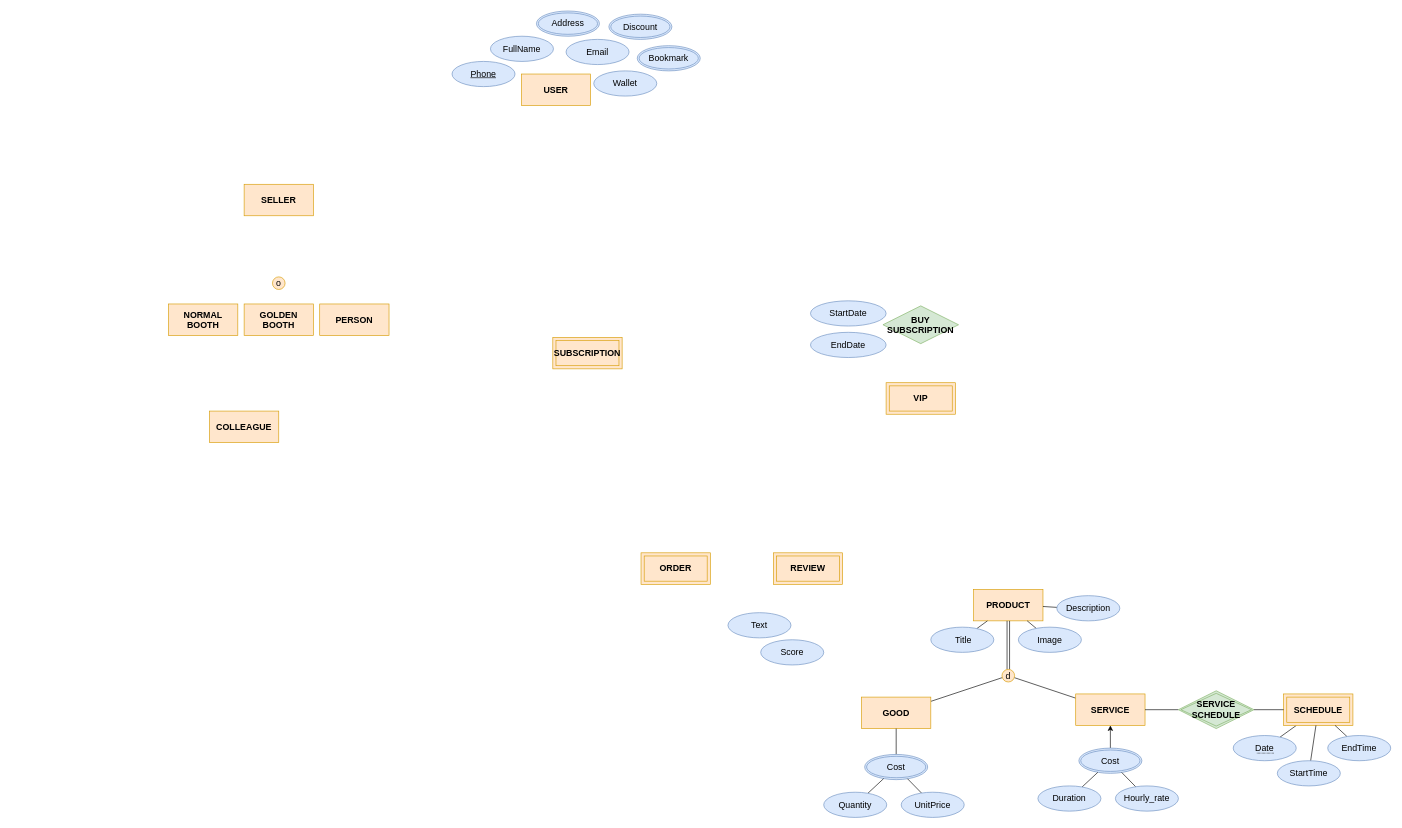
ReyhunSKhosravi/DivarBasu keeps this draw.io diagram as DivarBasuEER.drawio. Above is the earlier version. Source tidied: cells renumbered, new cells numbered last; positions are measured from the earlier drawing's top-left corner, leaving out a move shared by most shapes. Both pictures are drawn from the tidied source at 63%, with x=0, y=0 at pixel (168, 11).
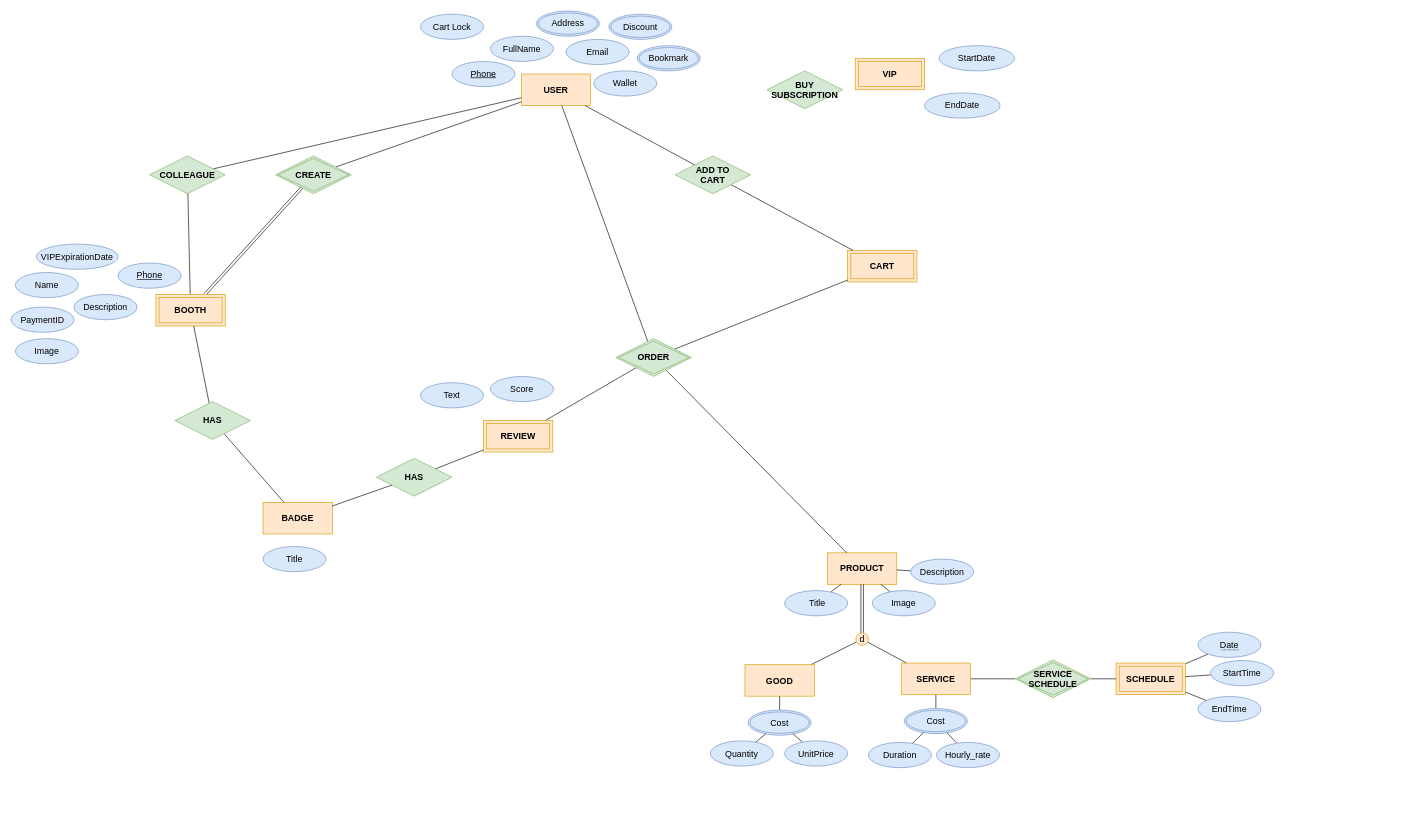
The same diagram, later.

Commit message:
add CART entity and ORDER relation to EER

The change refers to these unchanged cells:
```xml
<mxCell id="16" value="USER" style="whiteSpace=wrap;html=1;align=center;strokeColor=#d79b00;verticalAlign=middle;fontFamily=Helvetica;fontSize=14;fontColor=default;fillColor=#ffe6cc;fontStyle=1;" parent="1" vertex="1">
  <mxGeometry x="560" y="100" width="110" height="50" as="geometry" />
</mxCell>
```

Change to the diagram source:
```diff
@@
-    <mxCell id="2" value="SELLER" style="whiteSpace=wrap;html=1;align=center;strokeColor=#d79b00;verticalAlign=middle;fontFamily=Helvetica;fontSize=14;fontColor=default;fillColor=#ffe6cc;fontStyle=1;" parent="1" vertex="1">
-      <mxGeometry x="120" y="275" width="110" height="50" as="geometry" />
-    </mxCell>
-    <mxCell id="3" value="&lt;font style=&quot;font-size: 14px;&quot;&gt;o&lt;/font&gt;" style="ellipse;whiteSpace=wrap;html=1;fillColor=#ffe6cc;strokeColor=#d79b00;" parent="1" vertex="1">
-      <mxGeometry x="165" y="422" width="20" height="20" as="geometry" />
-    </mxCell>
-    <mxCell id="4" value="NORMAL&lt;br&gt;BOOTH" style="whiteSpace=wrap;html=1;align=center;strokeColor=#d79b00;verticalAlign=middle;fontFamily=Helvetica;fontSize=14;fontColor=default;fillColor=#ffe6cc;fontStyle=1;" parent="1" vertex="1">
-      <mxGeometry y="465" width="110" height="50" as="geometry" />
-    </mxCell>
-    <mxCell id="5" value="GOLDEN&lt;br&gt;BOOTH" style="whiteSpace=wrap;html=1;align=center;strokeColor=#d79b00;verticalAlign=middle;fontFamily=Helvetica;fontSize=14;fontColor=default;fillColor=#ffe6cc;fontStyle=1;" parent="1" vertex="1">
-      <mxGeometry x="120" y="465" width="110" height="50" as="geometry" />
-    </mxCell>
-    <mxCell id="6" value="PERSON" style="whiteSpace=wrap;html=1;align=center;strokeColor=#d79b00;verticalAlign=middle;fontFamily=Helvetica;fontSize=14;fontColor=default;fillColor=#ffe6cc;fontStyle=1;" parent="1" vertex="1">
-      <mxGeometry x="240" y="465" width="110" height="50" as="geometry" />
-    </mxCell>
-    <mxCell id="7" value="COLLEAGUE" style="whiteSpace=wrap;html=1;align=center;strokeColor=#d79b00;verticalAlign=middle;fontFamily=Helvetica;fontSize=14;fontColor=default;fillColor=#ffe6cc;fontStyle=1;" parent="1" vertex="1">
-      <mxGeometry x="65" y="635" width="110" height="50" as="geometry" />
-    </mxCell>
+    <mxCell id="60" style="rounded=0;jettySize=auto;html=1;endArrow=none;endFill=0;" parent="1" edge="1" source="8" target="59">
+      <mxGeometry relative="1" as="geometry" />
+    </mxCell>
     <mxCell id="8" value="&lt;font style=&quot;font-size: 14px;&quot;&gt;&lt;b&gt;REVIEW&lt;/b&gt;&lt;/font&gt;" style="shape=ext;margin=3;double=1;whiteSpace=wrap;html=1;align=center;fillColor=#ffe6cc;strokeColor=#d79b00;" parent="1" vertex="1">
-      <mxGeometry x="960" y="860" width="110" height="50" as="geometry" />
+      <mxGeometry x="500" y="650" width="110" height="50" as="geometry" />
     </mxCell>
     <mxCell id="9" value="PRODUCT" style="whiteSpace=wrap;html=1;align=center;strokeColor=#d79b00;verticalAlign=middle;fontFamily=Helvetica;fontSize=14;fontColor=default;fillColor=#ffe6cc;fontStyle=1;" parent="1" vertex="1">
-      <mxGeometry x="1278" y="918" width="110" height="50" as="geometry" />
+      <mxGeometry x="1046" y="860" width="110" height="50" as="geometry" />
     </mxCell>
@@
     <mxCell id="13" value="&lt;span style=&quot;font-size: 14px;&quot;&gt;d&lt;/span&gt;" style="ellipse;whiteSpace=wrap;html=1;fillColor=#ffe6cc;strokeColor=#d79b00;" parent="1" vertex="1">
-      <mxGeometry x="1323" y="1045" width="20" height="20" as="geometry" />
+      <mxGeometry x="1091" y="987" width="20" height="20" as="geometry" />
     </mxCell>
+    <mxCell id="61" style="rounded=0;jettySize=auto;html=1;endArrow=none;endFill=0;" parent="1" edge="1" source="14" target="53">
+      <mxGeometry relative="1" as="geometry" />
+    </mxCell>
     <mxCell id="14" value="SERVICE" style="whiteSpace=wrap;html=1;align=center;strokeColor=#d79b00;verticalAlign=middle;fontFamily=Helvetica;fontSize=14;fontColor=default;fillColor=#ffe6cc;fontStyle=1;" parent="1" vertex="1">
-      <mxGeometry x="1440" y="1084" width="110" height="50" as="geometry" />
+      <mxGeometry x="1163" y="1035" width="110" height="50" as="geometry" />
     </mxCell>
     <mxCell id="15" value="GOOD" style="whiteSpace=wrap;html=1;align=center;strokeColor=#d79b00;verticalAlign=middle;fontFamily=Helvetica;fontSize=14;fontColor=default;fillColor=#ffe6cc;fontStyle=1;" parent="1" vertex="1">
-      <mxGeometry x="1100" y="1089" width="110" height="50" as="geometry" />
+      <mxGeometry x="915" y="1037.5" width="110" height="50" as="geometry" />
     </mxCell>
@@
-    <mxCell id="17" value="&lt;font style=&quot;font-size: 14px;&quot;&gt;&lt;b&gt;SUBSCRIPTION&lt;/b&gt;&lt;/font&gt;" style="shape=ext;margin=3;double=1;whiteSpace=wrap;html=1;align=center;fillColor=#ffe6cc;strokeColor=#d79b00;" parent="1" vertex="1">
-      <mxGeometry x="610" y="518" width="110" height="50" as="geometry" />
+    <mxCell id="17" value="&lt;font style=&quot;font-size: 14px;&quot;&gt;&lt;b&gt;CART&lt;/b&gt;&lt;/font&gt;" style="shape=ext;margin=3;double=1;whiteSpace=wrap;html=1;align=center;fillColor=#ffe6cc;strokeColor=#d79b00;" parent="1" vertex="1">
+      <mxGeometry x="1078" y="380" width="110" height="50" as="geometry" />
     </mxCell>
@@
     <mxCell id="24" value="StartDate" style="ellipse;whiteSpace=wrap;html=1;align=center;fillColor=#dae8fc;strokeColor=#6c8ebf;fontSize=14;" parent="1" vertex="1">
-      <mxGeometry x="1019" y="460" width="120" height="40" as="geometry" />
+      <mxGeometry x="1223" y="55" width="120" height="40" as="geometry" />
     </mxCell>
     <mxCell id="25" value="Score" style="ellipse;whiteSpace=wrap;html=1;align=center;fillColor=#dae8fc;strokeColor=#6c8ebf;fontSize=14;" parent="1" vertex="1">
-      <mxGeometry x="940" y="998" width="100" height="40" as="geometry" />
+      <mxGeometry x="511" y="580" width="100" height="40" as="geometry" />
     </mxCell>
     <mxCell id="26" value="Text" style="ellipse;whiteSpace=wrap;html=1;align=center;fillColor=#dae8fc;strokeColor=#6c8ebf;fontSize=14;" parent="1" vertex="1">
-      <mxGeometry x="888" y="955" width="100" height="40" as="geometry" />
+      <mxGeometry x="400" y="590" width="100" height="40" as="geometry" />
     </mxCell>
@@
     <mxCell id="28" value="&amp;nbsp;Title" style="ellipse;whiteSpace=wrap;html=1;align=center;fillColor=#dae8fc;strokeColor=#6c8ebf;fontSize=14;" parent="1" vertex="1">
-      <mxGeometry x="1210" y="978" width="100" height="40" as="geometry" />
+      <mxGeometry x="978" y="920" width="100" height="40" as="geometry" />
     </mxCell>
@@
     <mxCell id="30" value="Description" style="ellipse;whiteSpace=wrap;html=1;align=center;fillColor=#dae8fc;strokeColor=#6c8ebf;fontSize=14;" parent="1" vertex="1">
-      <mxGeometry x="1410" y="928" width="100" height="40" as="geometry" />
+      <mxGeometry x="1178" y="870" width="100" height="40" as="geometry" />
     </mxCell>
@@
     <mxCell id="32" value="Image" style="ellipse;whiteSpace=wrap;html=1;align=center;fillColor=#dae8fc;strokeColor=#6c8ebf;fontSize=14;" parent="1" vertex="1">
-      <mxGeometry x="1349" y="978" width="100" height="40" as="geometry" />
+      <mxGeometry x="1117" y="920" width="100" height="40" as="geometry" />
     </mxCell>
@@
     <mxCell id="34" value="&lt;div style=&quot;font-size: 14px; font-weight: 700;&quot;&gt;SCHEDULE&lt;/div&gt;" style="shape=ext;margin=3;double=1;whiteSpace=wrap;html=1;align=center;fillColor=#ffe6cc;strokeColor=#d79b00;" parent="1" vertex="1">
-      <mxGeometry x="1770" y="1084" width="110" height="50" as="geometry" />
+      <mxGeometry x="1504" y="1035" width="110" height="50" as="geometry" />
     </mxCell>
@@
     <mxCell id="36" value="Cost" style="ellipse;shape=doubleEllipse;margin=3;whiteSpace=wrap;html=1;align=center;fillColor=#dae8fc;strokeColor=#6c8ebf;fontSize=14;" parent="1" vertex="1">
-      <mxGeometry x="1105" y="1180" width="100" height="40" as="geometry" />
+      <mxGeometry x="920" y="1109.5" width="100" height="40" as="geometry" />
     </mxCell>
     <mxCell id="37" value="&lt;span style=&quot;font-size: 14px;&quot;&gt;&lt;b&gt;BUY&lt;/b&gt;&lt;/span&gt;&lt;div&gt;&lt;span style=&quot;font-size: 14px;&quot;&gt;&lt;b&gt;SUBSCRIPTION&lt;/b&gt;&lt;/span&gt;&lt;/div&gt;" style="shape=rhombus;perimeter=rhombusPerimeter;whiteSpace=wrap;html=1;align=center;fillColor=#d5e8d4;strokeColor=#82b366;" parent="1" vertex="1">
-      <mxGeometry x="1134" y="468" width="120" height="60" as="geometry" />
+      <mxGeometry x="950" y="95" width="120" height="60" as="geometry" />
     </mxCell>
@@
     <mxCell id="39" value="&lt;span style=&quot;font-size: 14px;&quot;&gt;&lt;b&gt;VIP&lt;/b&gt;&lt;/span&gt;" style="shape=ext;margin=3;double=1;whiteSpace=wrap;html=1;align=center;fillColor=#ffe6cc;strokeColor=#d79b00;" parent="1" vertex="1">
-      <mxGeometry x="1139" y="590" width="110" height="50" as="geometry" />
+      <mxGeometry x="1090" y="75" width="110" height="50" as="geometry" />
     </mxCell>
     <mxCell id="40" value="EndDate" style="ellipse;whiteSpace=wrap;html=1;align=center;fillColor=#dae8fc;strokeColor=#6c8ebf;fontSize=14;" parent="1" vertex="1">
-      <mxGeometry x="1019" y="510" width="120" height="40" as="geometry" />
+      <mxGeometry x="1200" y="130" width="120" height="40" as="geometry" />
     </mxCell>
@@
     <mxCell id="42" value="Quantity" style="ellipse;whiteSpace=wrap;html=1;align=center;fillColor=#dae8fc;strokeColor=#6c8ebf;fontSize=14;" parent="1" vertex="1">
-      <mxGeometry x="1040" y="1240" width="100" height="40" as="geometry" />
+      <mxGeometry x="860" y="1158.5" width="100" height="40" as="geometry" />
     </mxCell>
@@
     <mxCell id="44" value="UnitPrice" style="ellipse;whiteSpace=wrap;html=1;align=center;fillColor=#dae8fc;strokeColor=#6c8ebf;fontSize=14;" parent="1" vertex="1">
-      <mxGeometry x="1163" y="1240" width="100" height="40" as="geometry" />
+      <mxGeometry x="978" y="1158.5" width="100" height="40" as="geometry" />
     </mxCell>
-    <mxCell id="45" style="rounded=0;jettySize=auto;html=1;" parent="1" edge="1" source="46" target="14">
+    <mxCell id="45" style="rounded=0;jettySize=auto;html=1;endArrow=none;endFill=0;" parent="1" edge="1" source="46" target="14">
       <mxGeometry relative="1" as="geometry" />
     </mxCell>
     <mxCell id="46" value="Cost" style="ellipse;shape=doubleEllipse;margin=3;whiteSpace=wrap;html=1;align=center;fillColor=#dae8fc;strokeColor=#6c8ebf;fontSize=14;" parent="1" vertex="1">
-      <mxGeometry x="1445" y="1170" width="100" height="40" as="geometry" />
+      <mxGeometry x="1168" y="1107" width="100" height="40" as="geometry" />
     </mxCell>
@@
     <mxCell id="48" value="Duration" style="ellipse;whiteSpace=wrap;html=1;align=center;fillColor=#dae8fc;strokeColor=#6c8ebf;fontSize=14;" parent="1" vertex="1">
-      <mxGeometry x="1380" y="1230" width="100" height="40" as="geometry" />
+      <mxGeometry x="1111" y="1161" width="100" height="40" as="geometry" />
     </mxCell>
@@
     <mxCell id="50" value="Hourly_rate" style="ellipse;whiteSpace=wrap;html=1;align=center;fillColor=#dae8fc;strokeColor=#6c8ebf;fontSize=14;" parent="1" vertex="1">
-      <mxGeometry x="1503" y="1230" width="100" height="40" as="geometry" />
+      <mxGeometry x="1219" y="1161" width="100" height="40" as="geometry" />
     </mxCell>
-    <mxCell id="51" style="rounded=0;jettySize=auto;html=1;endArrow=none;endFill=0;" parent="1" edge="1" source="53" target="14">
-      <mxGeometry relative="1" as="geometry" />
-    </mxCell>
@@
     <mxCell id="53" value="&lt;font style=&quot;font-size: 14px;&quot;&gt;&lt;b&gt;SERVICE&lt;br&gt;SCHEDULE&lt;/b&gt;&lt;/font&gt;" style="shape=rhombus;double=1;perimeter=rhombusPerimeter;whiteSpace=wrap;html=1;align=center;fillColor=#d5e8d4;strokeColor=#82b366;" parent="1" vertex="1">
-      <mxGeometry x="1603" y="1079" width="120" height="60" as="geometry" />
+      <mxGeometry x="1344" y="1030" width="120" height="60" as="geometry" />
     </mxCell>
@@
     <mxCell id="55" value="StartTime" style="ellipse;whiteSpace=wrap;html=1;align=center;fillColor=#dae8fc;strokeColor=#6c8ebf;fontSize=14;" parent="1" vertex="1">
-      <mxGeometry x="1760" y="1190" width="100" height="40" as="geometry" />
+      <mxGeometry x="1654" y="1031" width="100" height="40" as="geometry" />
     </mxCell>
@@
     <mxCell id="57" value="EndTime" style="ellipse;whiteSpace=wrap;html=1;align=center;fillColor=#dae8fc;strokeColor=#6c8ebf;fontSize=14;" parent="1" vertex="1">
-      <mxGeometry x="1840" y="1150" width="100" height="40" as="geometry" />
+      <mxGeometry x="1634" y="1088" width="100" height="40" as="geometry" />
     </mxCell>
     <mxCell id="58" value="&lt;span style=&quot;border-bottom: 1px dotted&quot;&gt;&lt;font style=&quot;font-size: 14px;&quot;&gt;Date&lt;/font&gt;&lt;/span&gt;" style="ellipse;whiteSpace=wrap;html=1;align=center;fillColor=#dae8fc;strokeColor=#6c8ebf;" parent="1" vertex="1">
-      <mxGeometry x="1690" y="1150" width="100" height="40" as="geometry" />
+      <mxGeometry x="1634" y="986" width="100" height="40" as="geometry" />
     </mxCell>
+    <mxCell id="62" value="Cart Lock" style="ellipse;whiteSpace=wrap;html=1;align=center;fillColor=#dae8fc;strokeColor=#6c8ebf;fontSize=14;" parent="1" vertex="1">
+      <mxGeometry x="400" y="5" width="100" height="40" as="geometry" />
+    </mxCell>
+    <mxCell id="63" style="rounded=0;jettySize=auto;html=1;endArrow=none;endFill=0;" parent="1" edge="1" source="65" target="16">
+      <mxGeometry relative="1" as="geometry" />
+    </mxCell>
+    <mxCell id="64" style="rounded=0;jettySize=auto;html=1;endArrow=none;endFill=0;" parent="1" edge="1" source="65" target="17">
+      <mxGeometry relative="1" as="geometry" />
+    </mxCell>
+    <mxCell id="65" value="&lt;span style=&quot;font-size: 14px;&quot;&gt;&lt;b&gt;ADD TO&lt;br&gt;CART&lt;/b&gt;&lt;/span&gt;" style="shape=rhombus;perimeter=rhombusPerimeter;whiteSpace=wrap;html=1;align=center;fillColor=#d5e8d4;strokeColor=#82b366;" parent="1" vertex="1">
+      <mxGeometry x="804" y="230" width="120" height="60" as="geometry" />
+    </mxCell>
+    <mxCell id="66" style="rounded=0;jettySize=auto;html=1;endArrow=none;endFill=0;" parent="1" edge="1" source="59" target="16">
+      <mxGeometry relative="1" as="geometry" />
+    </mxCell>
+    <mxCell id="67" style="rounded=0;jettySize=auto;html=1;endArrow=none;endFill=0;" parent="1" edge="1" source="59" target="9">
+      <mxGeometry relative="1" as="geometry" />
+    </mxCell>
+    <mxCell id="68" style="rounded=0;jettySize=auto;html=1;endArrow=none;endFill=0;" parent="1" edge="1" source="59" target="17">
+      <mxGeometry relative="1" as="geometry" />
+    </mxCell>
-    <mxCell id="59" value="&lt;font style=&quot;font-size: 14px;&quot;&gt;&lt;b&gt;ORDER&lt;/b&gt;&lt;/font&gt;" style="shape=ext;margin=3;double=1;whiteSpace=wrap;html=1;align=center;fillColor=#ffe6cc;strokeColor=#d79b00;" parent="1" vertex="1">
-      <mxGeometry x="750" y="860" width="110" height="50" as="geometry" />
+    <mxCell id="59" value="&lt;span style=&quot;font-size: 14px;&quot;&gt;&lt;b&gt;ORDER&lt;/b&gt;&lt;/span&gt;" style="shape=rhombus;double=1;perimeter=rhombusPerimeter;whiteSpace=wrap;html=1;align=center;fillColor=#d5e8d4;strokeColor=#82b366;" parent="1" vertex="1">
+      <mxGeometry x="710" y="520" width="120" height="60" as="geometry" />
     </mxCell>
+    <mxCell id="69" style="rounded=0;jettySize=auto;html=1;endArrow=none;endFill=0;" parent="1" edge="1" source="7" target="16">
+      <mxGeometry relative="1" as="geometry" />
+    </mxCell>
+    <mxCell id="7" value="&lt;span style=&quot;font-size: 14px;&quot;&gt;&lt;b&gt;COLLEAGUE&lt;/b&gt;&lt;/span&gt;" style="shape=rhombus;perimeter=rhombusPerimeter;whiteSpace=wrap;html=1;align=center;fillColor=#d5e8d4;strokeColor=#82b366;" parent="1" vertex="1">
+      <mxGeometry x="-30" y="230" width="120" height="60" as="geometry" />
+    </mxCell>
+    <mxCell id="70" style="rounded=0;jettySize=auto;html=1;endArrow=none;endFill=0;" parent="1" edge="1" source="71" target="16">
+      <mxGeometry relative="1" as="geometry" />
+    </mxCell>
+    <mxCell id="71" value="&lt;span style=&quot;font-size: 14px;&quot;&gt;&lt;b&gt;CREATE&lt;/b&gt;&lt;/span&gt;" style="shape=rhombus;double=1;perimeter=rhombusPerimeter;whiteSpace=wrap;html=1;align=center;fillColor=#d5e8d4;strokeColor=#82b366;" parent="1" vertex="1">
+      <mxGeometry x="170" y="230" width="120" height="60" as="geometry" />
+    </mxCell>
+    <mxCell id="72" value="Phone" style="ellipse;whiteSpace=wrap;html=1;align=center;fontStyle=4;fillColor=#dae8fc;strokeColor=#6c8ebf;fontSize=14;" parent="1" vertex="1">
+      <mxGeometry x="-80" y="400" width="100" height="40" as="geometry" />
+    </mxCell>
+    <mxCell id="73" value="VIPExpirationDate" style="ellipse;whiteSpace=wrap;html=1;align=center;fillColor=#dae8fc;strokeColor=#6c8ebf;fontSize=14;" parent="1" vertex="1">
+      <mxGeometry x="-210" y="370" width="130" height="40" as="geometry" />
+    </mxCell>
+    <mxCell id="74" value="Name" style="ellipse;whiteSpace=wrap;html=1;align=center;fillColor=#dae8fc;strokeColor=#6c8ebf;fontSize=14;" parent="1" vertex="1">
+      <mxGeometry x="-243" y="415" width="100" height="40" as="geometry" />
+    </mxCell>
+    <mxCell id="75" value="Description" style="ellipse;whiteSpace=wrap;html=1;align=center;fillColor=#dae8fc;strokeColor=#6c8ebf;fontSize=14;" parent="1" vertex="1">
+      <mxGeometry x="-150" y="450" width="100" height="40" as="geometry" />
+    </mxCell>
+    <mxCell id="76" value="Image" style="ellipse;whiteSpace=wrap;html=1;align=center;fillColor=#dae8fc;strokeColor=#6c8ebf;fontSize=14;" parent="1" vertex="1">
+      <mxGeometry x="-243" y="520" width="100" height="40" as="geometry" />
+    </mxCell>
+    <mxCell id="77" value="PaymentID" style="ellipse;whiteSpace=wrap;html=1;align=center;fillColor=#dae8fc;strokeColor=#6c8ebf;fontSize=14;" parent="1" vertex="1">
+      <mxGeometry x="-250" y="470" width="100" height="40" as="geometry" />
+    </mxCell>
+    <mxCell id="78" style="rounded=0;jettySize=auto;html=1;endArrow=none;endFill=0;shape=link;" parent="1" edge="1" source="80" target="71">
+      <mxGeometry relative="1" as="geometry" />
+    </mxCell>
+    <mxCell id="79" style="rounded=0;jettySize=auto;html=1;endArrow=none;endFill=0;" parent="1" edge="1" source="80" target="7">
+      <mxGeometry relative="1" as="geometry" />
+    </mxCell>
+    <mxCell id="80" value="&lt;font style=&quot;font-size: 14px;&quot;&gt;&lt;b&gt;BOOTH&lt;/b&gt;&lt;/font&gt;" style="shape=ext;margin=3;double=1;whiteSpace=wrap;html=1;align=center;fillColor=#ffe6cc;strokeColor=#d79b00;" parent="1" vertex="1">
+      <mxGeometry x="-20" y="450" width="110" height="50" as="geometry" />
+    </mxCell>
+    <mxCell id="81" value="BADGE" style="whiteSpace=wrap;html=1;align=center;strokeColor=#d79b00;verticalAlign=middle;fontFamily=Helvetica;fontSize=14;fontColor=default;fillColor=#ffe6cc;fontStyle=1;" parent="1" vertex="1">
+      <mxGeometry x="150" y="780" width="110" height="50" as="geometry" />
+    </mxCell>
+    <mxCell id="82" value="Title" style="ellipse;whiteSpace=wrap;html=1;align=center;fillColor=#dae8fc;strokeColor=#6c8ebf;fontSize=14;" parent="1" vertex="1">
+      <mxGeometry x="150" y="850" width="100" height="40" as="geometry" />
+    </mxCell>
+    <mxCell id="83" style="rounded=0;jettySize=auto;html=1;endArrow=none;endFill=0;" parent="1" edge="1" source="85" target="8">
+      <mxGeometry relative="1" as="geometry" />
+    </mxCell>
+    <mxCell id="84" style="rounded=0;jettySize=auto;html=1;endArrow=none;endFill=0;" parent="1" edge="1" source="85" target="81">
+      <mxGeometry relative="1" as="geometry" />
+    </mxCell>
+    <mxCell id="85" value="&lt;span style=&quot;font-size: 14px;&quot;&gt;&lt;b&gt;HAS&lt;/b&gt;&lt;/span&gt;" style="shape=rhombus;perimeter=rhombusPerimeter;whiteSpace=wrap;html=1;align=center;fillColor=#d5e8d4;strokeColor=#82b366;" parent="1" vertex="1">
+      <mxGeometry x="330" y="710" width="120" height="60" as="geometry" />
+    </mxCell>
+    <mxCell id="86" style="rounded=0;jettySize=auto;html=1;endArrow=none;endFill=0;" parent="1" edge="1" source="88" target="80">
+      <mxGeometry relative="1" as="geometry" />
+    </mxCell>
+    <mxCell id="87" style="rounded=0;jettySize=auto;html=1;endArrow=none;endFill=0;" parent="1" edge="1" source="88" target="81">
+      <mxGeometry relative="1" as="geometry" />
+    </mxCell>
+    <mxCell id="88" value="&lt;span style=&quot;font-size: 14px;&quot;&gt;&lt;b&gt;HAS&lt;/b&gt;&lt;/span&gt;" style="shape=rhombus;perimeter=rhombusPerimeter;whiteSpace=wrap;html=1;align=center;fillColor=#d5e8d4;strokeColor=#82b366;" parent="1" vertex="1">
+      <mxGeometry x="10" y="620" width="120" height="60" as="geometry" />
+    </mxCell>
```
